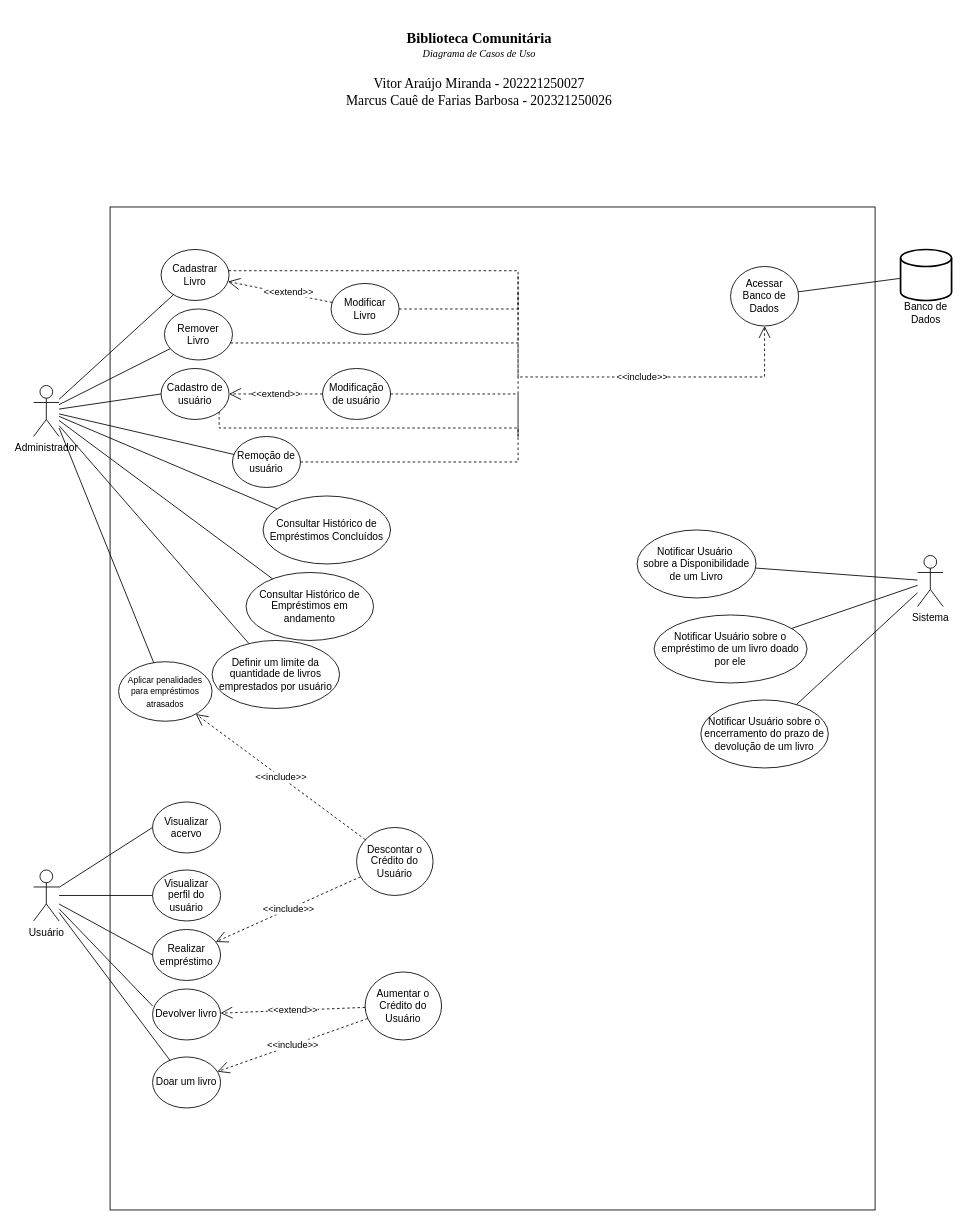
Before: documents/Casos-Uso-Diagram.drawio in V1torMiranda/ifpb-biblioteca-comunitaria, a draw.io diagram. Source tidied: cells renumbered, new cells numbered last; positions are measured from the earlier drawing's top-left corner, leaving out a move shared by most shapes. Both pictures are drawn from the tidied source at 85%, with x=0, y=0 at pixel (33, 20).
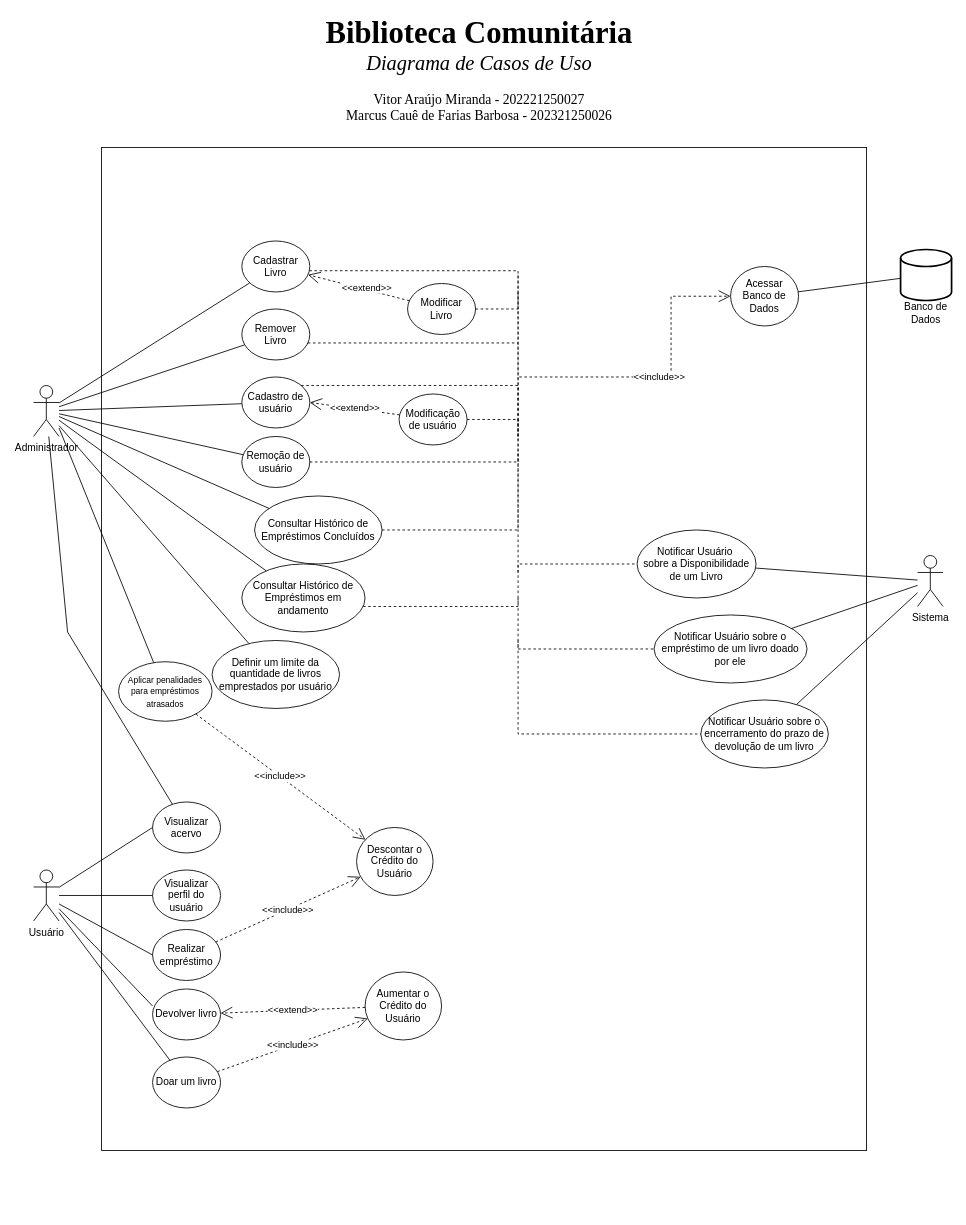
Above is the later version.

Unchanged cells that the change refers to:
```xml
<mxCell id="5" value="Administrador" style="shape=umlActor;verticalLabelPosition=bottom;verticalAlign=top;html=1;" parent="1" vertex="1">
  <mxGeometry y="430" width="30" height="60" as="geometry" />
</mxCell>
<mxCell id="17" value="&lt;font style=&quot;font-size: 10px;&quot;&gt;Aplicar penalidades para empréstimos atrasados&lt;/font&gt;" style="ellipse;whiteSpace=wrap;html=1;" parent="1" vertex="1">
  <mxGeometry x="100" y="755" width="110" height="70" as="geometry" />
</mxCell>
<mxCell id="22" value="&lt;div&gt;Visualizar acervo&lt;/div&gt;" style="ellipse;whiteSpace=wrap;html=1;" parent="1" vertex="1">
  <mxGeometry x="140" y="920" width="80" height="60" as="geometry" />
</mxCell>
<mxCell id="24" value="&lt;div&gt;Realizar empréstimo&lt;/div&gt;" style="ellipse;whiteSpace=wrap;html=1;" parent="1" vertex="1">
  <mxGeometry x="140" y="1070" width="80" height="60" as="geometry" />
</mxCell>
<mxCell id="32" value="Acessar Banco de Dados" style="ellipse;whiteSpace=wrap;html=1;" parent="1" vertex="1">
  <mxGeometry x="820" y="290" width="80" height="70" as="geometry" />
</mxCell>
<mxCell id="45" value="&lt;div&gt;Notificar Usuário&amp;nbsp;&lt;/div&gt;&lt;div&gt;sobre a Disponibilidade de um Livro&lt;/div&gt;" style="ellipse;whiteSpace=wrap;html=1;fontSize=12;" parent="1" vertex="1">
  <mxGeometry x="710" y="600" width="140" height="80" as="geometry" />
</mxCell>
<mxCell id="46" value="Notificar Usuário sobre o empréstimo de um livro doado por ele" style="ellipse;whiteSpace=wrap;html=1;fontSize=12;" parent="1" vertex="1">
  <mxGeometry x="730" y="700" width="180" height="80" as="geometry" />
</mxCell>
<mxCell id="47" value="Notificar Usuário sobre o encerramento do prazo de devolução de um livro" style="ellipse;whiteSpace=wrap;html=1;fontSize=12;" parent="1" vertex="1">
  <mxGeometry x="785" y="800" width="150" height="80" as="geometry" />
</mxCell>
<mxCell id="51" value="Aumentar o Crédito do Usuário" style="ellipse;whiteSpace=wrap;html=1;fontSize=12;" parent="1" vertex="1">
  <mxGeometry x="390" y="1120" width="90" height="80" as="geometry" />
</mxCell>
<mxCell id="52" value="Descontar o Crédito do Usuário" style="ellipse;whiteSpace=wrap;html=1;fontSize=12;" parent="1" vertex="1">
  <mxGeometry x="380" y="950" width="90" height="80" as="geometry" />
</mxCell>
<mxCell id="55" value="Doar um livro" style="ellipse;whiteSpace=wrap;html=1;" parent="1" vertex="1">
  <mxGeometry x="140" y="1220" width="80" height="60" as="geometry" />
</mxCell>
```

Diff of the diagram source:
```diff
@@
-    <mxCell id="2" value="&lt;font face=&quot;Times New Roman&quot; style=&quot;font-size: 17px;&quot;&gt;&lt;b&gt;Biblioteca Comunitária&lt;/b&gt;&lt;/font&gt;&lt;div&gt;&lt;font face=&quot;Times New Roman&quot;&gt;&lt;i&gt;Diagrama de Casos de Uso&lt;/i&gt;&lt;/font&gt;&lt;/div&gt;&lt;div&gt;&lt;font face=&quot;Times New Roman&quot; style=&quot;font-size: 15px;&quot;&gt;&lt;i&gt;&lt;br&gt;&lt;/i&gt;&lt;/font&gt;&lt;/div&gt;&lt;div&gt;&lt;p id=&quot;docs-internal-guid-7fad7750-7fff-71b2-275c-2eab447b5070&quot; style=&quot;line-height:1.2;text-align: center;margin-top:0pt;margin-bottom:0pt;&quot; dir=&quot;ltr&quot;&gt;&lt;span style=&quot;font-size: 12pt; font-family: &amp;quot;Times New Roman&amp;quot;, serif; color: rgb(0, 0, 0); background-color: transparent; font-style: normal; font-variant: normal; text-decoration: none; vertical-align: baseline; white-space: pre-wrap;&quot;&gt;Vitor Araújo Miranda - 202221250027&lt;/span&gt;&lt;/p&gt;&lt;p style=&quot;line-height:1.2;text-align: center;margin-top:0pt;margin-bottom:0pt;&quot; dir=&quot;ltr&quot;&gt;&lt;span style=&quot;font-size: 12pt; font-family: &amp;quot;Times New Roman&amp;quot;, serif; color: rgb(0, 0, 0); background-color: transparent; font-style: normal; font-variant: normal; text-decoration: none; vertical-align: baseline; white-space: pre-wrap;&quot;&gt;Marcus Cauê de Farias Barbosa - 202321250026&lt;/span&gt;&lt;/p&gt;&lt;br&gt;&lt;/div&gt;" style="text;html=1;align=center;verticalAlign=middle;whiteSpace=wrap;rounded=0;" parent="1" vertex="1">
-      <mxGeometry x="357" width="335" height="130" as="geometry" />
+    <mxCell id="2" value="&lt;font style=&quot;font-size: 36px;&quot; face=&quot;Times New Roman&quot;&gt;&lt;b&gt;Biblioteca Comunitária&lt;/b&gt;&lt;/font&gt;&lt;div&gt;&lt;font style=&quot;font-size: 24px;&quot; face=&quot;Times New Roman&quot;&gt;&lt;i&gt;Diagrama de Casos de Uso&lt;/i&gt;&lt;/font&gt;&lt;/div&gt;&lt;div&gt;&lt;font face=&quot;Times New Roman&quot; style=&quot;font-size: 15px;&quot;&gt;&lt;i&gt;&lt;br&gt;&lt;/i&gt;&lt;/font&gt;&lt;/div&gt;&lt;div&gt;&lt;p id=&quot;docs-internal-guid-7fad7750-7fff-71b2-275c-2eab447b5070&quot; style=&quot;line-height:1.2;text-align: center;margin-top:0pt;margin-bottom:0pt;&quot; dir=&quot;ltr&quot;&gt;&lt;span style=&quot;font-size: 12pt; font-family: &amp;quot;Times New Roman&amp;quot;, serif; color: rgb(0, 0, 0); background-color: transparent; font-style: normal; font-variant: normal; text-decoration: none; vertical-align: baseline; white-space: pre-wrap;&quot;&gt;Vitor Araújo Miranda - 202221250027&lt;/span&gt;&lt;/p&gt;&lt;p style=&quot;line-height:1.2;text-align: center;margin-top:0pt;margin-bottom:0pt;&quot; dir=&quot;ltr&quot;&gt;&lt;span style=&quot;font-size: 12pt; font-family: &amp;quot;Times New Roman&amp;quot;, serif; color: rgb(0, 0, 0); background-color: transparent; font-style: normal; font-variant: normal; text-decoration: none; vertical-align: baseline; white-space: pre-wrap;&quot;&gt;Marcus Cauê de Farias Barbosa - 202321250026&lt;/span&gt;&lt;/p&gt;&lt;br&gt;&lt;/div&gt;" style="text;html=1;align=center;verticalAlign=middle;whiteSpace=wrap;rounded=0;" parent="1" vertex="1">
+      <mxGeometry x="313" width="423" height="130" as="geometry" />
     </mxCell>
     <mxCell id="3" style="rounded=0;whiteSpace=wrap;html=1;fillColor=none;" parent="1" vertex="1">
-      <mxGeometry x="90" y="220" width="900" height="1180" as="geometry" />
+      <mxGeometry x="80" y="150" width="900" height="1180" as="geometry" />
     </mxCell>
@@
     <mxCell id="7" value="&lt;div&gt;Remover&lt;/div&gt;&lt;div&gt;Livro&lt;/div&gt;" style="ellipse;whiteSpace=wrap;html=1;" parent="1" vertex="1">
-      <mxGeometry x="154" y="340" width="80" height="60" as="geometry" />
+      <mxGeometry x="245" y="340" width="80" height="60" as="geometry" />
     </mxCell>
     <mxCell id="8" value="&lt;div&gt;Modificar&lt;/div&gt;&lt;div&gt;Livro&lt;/div&gt;" style="ellipse;whiteSpace=wrap;html=1;" parent="1" vertex="1">
-      <mxGeometry x="350" y="310" width="80" height="60" as="geometry" />
+      <mxGeometry x="440" y="310" width="80" height="60" as="geometry" />
     </mxCell>
     <mxCell id="9" value="Cadastrar Livro" style="ellipse;whiteSpace=wrap;html=1;" parent="1" vertex="1">
-      <mxGeometry x="150" y="270" width="80" height="60" as="geometry" />
+      <mxGeometry x="245" y="260" width="80" height="60" as="geometry" />
     </mxCell>
@@
     <mxCell id="13" value="Cadastro de usuário" style="ellipse;whiteSpace=wrap;html=1;" parent="1" vertex="1">
-      <mxGeometry x="150" y="410" width="80" height="60" as="geometry" />
+      <mxGeometry x="245" y="420" width="80" height="60" as="geometry" />
     </mxCell>
     <mxCell id="14" value="Modificação de usuário" style="ellipse;whiteSpace=wrap;html=1;" parent="1" vertex="1">
-      <mxGeometry x="340" y="410" width="80" height="60" as="geometry" />
+      <mxGeometry x="430" y="440" width="80" height="60" as="geometry" />
     </mxCell>
     <mxCell id="15" value="Remoção de usuário" style="ellipse;whiteSpace=wrap;html=1;" parent="1" vertex="1">
-      <mxGeometry x="234" y="490" width="80" height="60" as="geometry" />
+      <mxGeometry x="245" y="490" width="80" height="60" as="geometry" />
     </mxCell>
@@
-    <mxCell id="18" style="endArrow=none;html=1;rounded=0;" parent="1" edge="1" source="5">
-      <mxGeometry relative="1" as="geometry">
-        <mxPoint x="150" y="440" as="targetPoint" />
-      </mxGeometry>
+    <mxCell id="18" style="endArrow=none;html=1;rounded=0;" parent="1" edge="1" source="5" target="13">
+      <mxGeometry relative="1" as="geometry" />
     </mxCell>
@@
-    <mxCell id="30" value="&lt;div&gt;&amp;lt;&amp;lt;extend&amp;gt;&amp;gt;&lt;/div&gt;" style="endArrow=open;endSize=12;dashed=1;html=1;rounded=0;" parent="1" edge="1" source="14" target="13">
+    <mxCell id="30" value="&lt;div&gt;&amp;lt;&amp;lt;extend&amp;gt;&amp;gt;&lt;/div&gt;" style="endArrow=open;endSize=12;dashed=1;html=1;rounded=0;entryX=1;entryY=0.5;entryDx=0;entryDy=0;" parent="1" edge="1" source="14" target="13">
       <mxGeometry relative="1" as="geometry" />
     </mxCell>
@@
     <mxCell id="34" value="&amp;lt;&amp;lt;include&amp;gt;&amp;gt;" style="endArrow=open;endSize=12;dashed=1;html=1;rounded=0;edgeStyle=orthogonalEdgeStyle;" parent="1" edge="1" source="9" target="32">
       <mxGeometry x="0.5" relative="1" as="geometry">
         <Array as="points">
           <mxPoint x="570" y="295" />
           <mxPoint x="570" y="420" />
-          <mxPoint x="860" y="420" />
+          <mxPoint x="750" y="420" />
+          <mxPoint x="750" y="325" />
         </Array>
       </mxGeometry>
     </mxCell>
@@
     <mxCell id="37" style="endArrow=none;endSize=12;dashed=1;html=1;rounded=0;edgeStyle=orthogonalEdgeStyle;startFill=0;" parent="1" edge="1" source="14">
       <mxGeometry relative="1" as="geometry">
         <mxPoint x="570" y="490" as="targetPoint" />
         <Array as="points">
-          <mxPoint x="570" y="440" />
+          <mxPoint x="570" y="470" />
         </Array>
       </mxGeometry>
     </mxCell>
@@
-    <mxCell id="39" style="endArrow=none;endSize=12;dashed=1;html=1;rounded=0;edgeStyle=orthogonalEdgeStyle;startFill=0;exitX=1;exitY=1;exitDx=0;exitDy=0;" parent="1" edge="1" source="13">
+    <mxCell id="39" style="endArrow=none;endSize=12;dashed=1;html=1;rounded=0;edgeStyle=orthogonalEdgeStyle;startFill=0;" parent="1" edge="1" source="13">
       <mxGeometry relative="1" as="geometry">
         <mxPoint x="570" y="490" as="targetPoint" />
         <Array as="points">
-          <mxPoint x="218" y="480" />
-          <mxPoint x="570" y="480" />
+          <mxPoint x="570" y="430" />
         </Array>
       </mxGeometry>
     </mxCell>
     <mxCell id="40" value="Consultar Histórico de Empréstimos em andamento" style="ellipse;whiteSpace=wrap;html=1;fontSize=12;" parent="1" vertex="1">
-      <mxGeometry x="250" y="650" width="150" height="80" as="geometry" />
+      <mxGeometry x="245" y="640" width="145" height="80" as="geometry" />
     </mxCell>
     <mxCell id="41" value="&lt;div&gt;Consultar Histórico de Empréstimos Concluídos&lt;/div&gt;" style="ellipse;whiteSpace=wrap;html=1;fontSize=12;" parent="1" vertex="1">
-      <mxGeometry x="270" y="560" width="150" height="80" as="geometry" />
+      <mxGeometry x="260" y="560" width="150" height="80" as="geometry" />
     </mxCell>
@@
-    <mxCell id="53" value="&lt;div&gt;&amp;lt;&amp;lt;include&amp;gt;&amp;gt;&lt;/div&gt;" style="endArrow=open;endSize=12;dashed=1;html=1;rounded=0;" parent="1" edge="1" source="52" target="24">
+    <mxCell id="53" value="&lt;div&gt;&amp;lt;&amp;lt;include&amp;gt;&amp;gt;&lt;/div&gt;" style="endArrow=open;endSize=12;dashed=1;html=1;rounded=0;" parent="1" edge="1" source="24" target="52">
       <mxGeometry relative="1" as="geometry" />
     </mxCell>
-    <mxCell id="54" value="&lt;div&gt;&amp;lt;&amp;lt;include&amp;gt;&amp;gt;&lt;/div&gt;" style="endArrow=open;endSize=12;dashed=1;html=1;rounded=0;" parent="1" edge="1" source="52" target="17">
+    <mxCell id="54" value="&lt;div&gt;&amp;lt;&amp;lt;include&amp;gt;&amp;gt;&lt;/div&gt;" style="endArrow=open;endSize=12;dashed=1;html=1;rounded=0;" parent="1" edge="1" source="17" target="52">
       <mxGeometry relative="1" as="geometry" />
     </mxCell>
@@
-    <mxCell id="57" value="&lt;div&gt;&amp;lt;&amp;lt;include&amp;gt;&amp;gt;&lt;/div&gt;" style="endArrow=open;endSize=12;dashed=1;html=1;rounded=0;" parent="1" edge="1" source="51" target="55">
+    <mxCell id="57" value="&lt;div&gt;&amp;lt;&amp;lt;include&amp;gt;&amp;gt;&lt;/div&gt;" style="endArrow=open;endSize=12;dashed=1;html=1;rounded=0;" parent="1" edge="1" source="55" target="51">
       <mxGeometry relative="1" as="geometry" />
     </mxCell>
@@
+    <mxCell id="59" style="endArrow=none;endSize=12;dashed=1;html=1;rounded=0;edgeStyle=orthogonalEdgeStyle;startFill=0;exitX=1;exitY=0.5;exitDx=0;exitDy=0;" parent="1" edge="1" source="41">
+      <mxGeometry relative="1" as="geometry">
+        <mxPoint x="570" y="420" as="targetPoint" />
+        <Array as="points">
+          <mxPoint x="570" y="600" />
+        </Array>
+      </mxGeometry>
+    </mxCell>
+    <mxCell id="60" style="endArrow=none;endSize=12;dashed=1;html=1;rounded=0;edgeStyle=orthogonalEdgeStyle;startFill=0;" parent="1" edge="1" source="40">
+      <mxGeometry relative="1" as="geometry">
+        <mxPoint x="570" y="510" as="targetPoint" />
+        <Array as="points">
+          <mxPoint x="570" y="690" />
+          <mxPoint x="570" y="510" />
+        </Array>
+      </mxGeometry>
+    </mxCell>
+    <mxCell id="61" style="endArrow=none;html=1;rounded=0;" parent="1" edge="1" source="5" target="22">
+      <mxGeometry relative="1" as="geometry">
+        <Array as="points">
+          <mxPoint x="40" y="720" />
+        </Array>
+      </mxGeometry>
+    </mxCell>
+    <mxCell id="62" style="endArrow=none;endSize=12;dashed=1;html=1;rounded=0;edgeStyle=orthogonalEdgeStyle;startFill=0;entryX=0;entryY=0.5;entryDx=0;entryDy=0;" parent="1" edge="1" target="45">
+      <mxGeometry relative="1" as="geometry">
+        <mxPoint x="570" y="650" as="sourcePoint" />
+        <Array as="points">
+          <mxPoint x="570" y="640" />
+        </Array>
+      </mxGeometry>
+    </mxCell>
+    <mxCell id="63" style="endArrow=none;endSize=12;dashed=1;html=1;rounded=0;edgeStyle=orthogonalEdgeStyle;startFill=0;" parent="1" edge="1" target="46">
+      <mxGeometry relative="1" as="geometry">
+        <mxPoint x="570" y="680" as="sourcePoint" />
+        <Array as="points">
+          <mxPoint x="570" y="740" />
+        </Array>
+      </mxGeometry>
+    </mxCell>
+    <mxCell id="64" style="endArrow=none;endSize=12;dashed=1;html=1;rounded=0;edgeStyle=orthogonalEdgeStyle;startFill=0;" parent="1" edge="1" target="47">
+      <mxGeometry relative="1" as="geometry">
+        <mxPoint x="570" y="730" as="sourcePoint" />
+        <Array as="points">
+          <mxPoint x="570" y="840" />
+        </Array>
+      </mxGeometry>
+    </mxCell>
```
